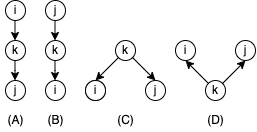
Earlier version of the draw.io export pc_alg1.drawio.png (pardonpardon/graph). Source tidied: cells renumbered, new cells last; positions are measured from the earlier drawing's top-left corner, leaving out a move shared by most shapes. Source of this version:
```xml
<mxGraphModel>
  <root>
    <mxCell id="0" />
    <mxCell id="1" parent="0" />
    <mxCell id="2" value="i" style="ellipse;whiteSpace=wrap;html=1;" parent="1" vertex="1">
      <mxGeometry x="5" width="20" height="20" as="geometry" />
    </mxCell>
    <mxCell id="3" value="k" style="ellipse;whiteSpace=wrap;html=1;" parent="1" vertex="1">
      <mxGeometry x="5" y="40" width="20" height="20" as="geometry" />
    </mxCell>
    <mxCell id="4" value="j" style="ellipse;whiteSpace=wrap;html=1;" parent="1" vertex="1">
      <mxGeometry x="5" y="80" width="20" height="20" as="geometry" />
    </mxCell>
    <mxCell id="5" style="endArrow=classic;html=1;rounded=0;" parent="1" edge="1">
      <mxGeometry relative="1" as="geometry">
        <mxPoint x="14.5" y="20" as="sourcePoint" />
        <mxPoint x="15" y="40" as="targetPoint" />
        <Array as="points">
          <mxPoint x="14.5" y="40" />
        </Array>
      </mxGeometry>
    </mxCell>
    <mxCell id="6" style="endArrow=classic;html=1;rounded=0;" parent="1" edge="1">
      <mxGeometry relative="1" as="geometry">
        <mxPoint x="14.5" y="60" as="sourcePoint" />
        <mxPoint x="15" y="80" as="targetPoint" />
        <Array as="points">
          <mxPoint x="14.5" y="70" />
          <mxPoint x="14.5" y="80" />
        </Array>
      </mxGeometry>
    </mxCell>
    <mxCell id="7" value="j" style="ellipse;whiteSpace=wrap;html=1;" parent="1" vertex="1">
      <mxGeometry x="45" width="20" height="20" as="geometry" />
    </mxCell>
    <mxCell id="8" value="k" style="ellipse;whiteSpace=wrap;html=1;" parent="1" vertex="1">
      <mxGeometry x="45" y="40" width="20" height="20" as="geometry" />
    </mxCell>
    <mxCell id="9" value="i" style="ellipse;whiteSpace=wrap;html=1;" parent="1" vertex="1">
      <mxGeometry x="45" y="80" width="20" height="20" as="geometry" />
    </mxCell>
    <mxCell id="10" style="endArrow=classic;html=1;rounded=0;" parent="1" edge="1">
      <mxGeometry relative="1" as="geometry">
        <mxPoint x="54.5" y="20" as="sourcePoint" />
        <mxPoint x="55" y="40" as="targetPoint" />
        <Array as="points">
          <mxPoint x="54.5" y="40" />
        </Array>
      </mxGeometry>
    </mxCell>
    <mxCell id="11" style="endArrow=classic;html=1;rounded=0;" parent="1" edge="1">
      <mxGeometry relative="1" as="geometry">
        <mxPoint x="54.5" y="60" as="sourcePoint" />
        <mxPoint x="55" y="80" as="targetPoint" />
        <Array as="points">
          <mxPoint x="54.5" y="70" />
          <mxPoint x="54.5" y="80" />
        </Array>
      </mxGeometry>
    </mxCell>
    <mxCell id="12" value="k" style="ellipse;whiteSpace=wrap;html=1;" parent="1" vertex="1">
      <mxGeometry x="115" y="40" width="20" height="20" as="geometry" />
    </mxCell>
    <mxCell id="13" style="ellipse;whiteSpace=wrap;html=1;" parent="1" vertex="1">
      <mxGeometry x="85" y="80" width="20" height="20" as="geometry" />
    </mxCell>
    <mxCell id="14" value="i" style="ellipse;whiteSpace=wrap;html=1;" parent="1" vertex="1">
      <mxGeometry x="85" y="80" width="20" height="20" as="geometry" />
    </mxCell>
    <mxCell id="15" value="j" style="ellipse;whiteSpace=wrap;html=1;" parent="1" vertex="1">
      <mxGeometry x="145" y="80" width="20" height="20" as="geometry" />
    </mxCell>
    <mxCell id="16" style="endArrow=classic;html=1;rounded=0;entryX=0.5;entryY=0;entryDx=0;entryDy=0;exitX=0;exitY=1;exitDx=0;exitDy=0;" parent="1" edge="1" source="12" target="14">
      <mxGeometry relative="1" as="geometry" />
    </mxCell>
    <mxCell id="17" style="endArrow=classic;html=1;rounded=0;exitX=1;exitY=1;exitDx=0;exitDy=0;entryX=0.5;entryY=0;entryDx=0;entryDy=0;" parent="1" edge="1" source="12" target="15">
      <mxGeometry relative="1" as="geometry" />
    </mxCell>
    <mxCell id="18" value="k" style="ellipse;whiteSpace=wrap;html=1;" parent="1" vertex="1">
      <mxGeometry x="205" y="80" width="20" height="20" as="geometry" />
    </mxCell>
    <mxCell id="19" value="j" style="ellipse;whiteSpace=wrap;html=1;" parent="1" vertex="1">
      <mxGeometry x="235" y="40" width="20" height="20" as="geometry" />
    </mxCell>
    <mxCell id="20" value="i" style="ellipse;whiteSpace=wrap;html=1;" parent="1" vertex="1">
      <mxGeometry x="175" y="40" width="20" height="20" as="geometry" />
    </mxCell>
    <mxCell id="21" style="endArrow=classic;html=1;rounded=0;exitX=1;exitY=0;exitDx=0;exitDy=0;" parent="1" edge="1" source="18">
      <mxGeometry relative="1" as="geometry">
        <mxPoint x="245" y="60" as="targetPoint" />
      </mxGeometry>
    </mxCell>
    <mxCell id="22" style="endArrow=classic;html=1;rounded=0;exitX=0;exitY=0;exitDx=0;exitDy=0;" parent="1" edge="1" source="18">
      <mxGeometry relative="1" as="geometry">
        <mxPoint x="185" y="60" as="targetPoint" />
      </mxGeometry>
    </mxCell>
    <mxCell id="23" value="(A)" style="text;html=1;align=center;verticalAlign=middle;strokeColor=none;fillColor=none;" parent="1" vertex="1">
      <mxGeometry y="110" width="30" height="20" as="geometry" />
    </mxCell>
    <mxCell id="24" value="(B)" style="text;html=1;align=center;verticalAlign=middle;strokeColor=none;fillColor=none;" parent="1" vertex="1">
      <mxGeometry x="40" y="110" width="30" height="20" as="geometry" />
    </mxCell>
    <mxCell id="25" value="(C)" style="text;html=1;align=center;verticalAlign=middle;strokeColor=none;fillColor=none;" parent="1" vertex="1">
      <mxGeometry x="110" y="110" width="30" height="20" as="geometry" />
    </mxCell>
    <mxCell id="26" value="(D)" style="text;html=1;align=center;verticalAlign=middle;strokeColor=none;fillColor=none;" parent="1" vertex="1">
      <mxGeometry x="200" y="110" width="30" height="20" as="geometry" />
    </mxCell>
  </root>
</mxGraphModel>
```
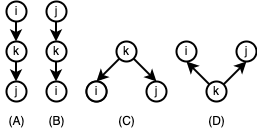
After the commit.

What changed in the source:
```diff
@@ -2,16 +2,16 @@
   <root>
     <mxCell id="0" />
     <mxCell id="1" parent="0" />
-    <mxCell id="2" value="i" style="ellipse;whiteSpace=wrap;html=1;" parent="1" vertex="1">
+    <mxCell id="2" value="i" style="ellipse;whiteSpace=wrap;html=1;strokeWidth=2;" parent="1" vertex="1">
       <mxGeometry x="5" width="20" height="20" as="geometry" />
     </mxCell>
-    <mxCell id="3" value="k" style="ellipse;whiteSpace=wrap;html=1;" parent="1" vertex="1">
+    <mxCell id="3" value="k" style="ellipse;whiteSpace=wrap;html=1;strokeWidth=2;" parent="1" vertex="1">
       <mxGeometry x="5" y="40" width="20" height="20" as="geometry" />
     </mxCell>
-    <mxCell id="4" value="j" style="ellipse;whiteSpace=wrap;html=1;" parent="1" vertex="1">
+    <mxCell id="4" value="j" style="ellipse;whiteSpace=wrap;html=1;strokeWidth=2;" parent="1" vertex="1">
       <mxGeometry x="5" y="80" width="20" height="20" as="geometry" />
     </mxCell>
-    <mxCell id="5" style="endArrow=classic;html=1;rounded=0;" parent="1" edge="1">
+    <mxCell id="5" style="endArrow=classic;html=1;rounded=0;strokeWidth=2;" parent="1" edge="1">
       <mxGeometry relative="1" as="geometry">
         <mxPoint x="14.5" y="20" as="sourcePoint" />
         <mxPoint x="15" y="40" as="targetPoint" />
@@ -20,7 +20,7 @@
         </Array>
       </mxGeometry>
     </mxCell>
-    <mxCell id="6" style="endArrow=classic;html=1;rounded=0;" parent="1" edge="1">
+    <mxCell id="6" style="endArrow=classic;html=1;rounded=0;strokeWidth=2;" parent="1" edge="1">
       <mxGeometry relative="1" as="geometry">
         <mxPoint x="14.5" y="60" as="sourcePoint" />
         <mxPoint x="15" y="80" as="targetPoint" />
@@ -30,16 +30,16 @@
         </Array>
       </mxGeometry>
     </mxCell>
-    <mxCell id="7" value="j" style="ellipse;whiteSpace=wrap;html=1;" parent="1" vertex="1">
+    <mxCell id="7" value="j" style="ellipse;whiteSpace=wrap;html=1;strokeWidth=2;" parent="1" vertex="1">
       <mxGeometry x="45" width="20" height="20" as="geometry" />
     </mxCell>
-    <mxCell id="8" value="k" style="ellipse;whiteSpace=wrap;html=1;" parent="1" vertex="1">
+    <mxCell id="8" value="k" style="ellipse;whiteSpace=wrap;html=1;strokeWidth=2;" parent="1" vertex="1">
       <mxGeometry x="45" y="40" width="20" height="20" as="geometry" />
     </mxCell>
-    <mxCell id="9" value="i" style="ellipse;whiteSpace=wrap;html=1;" parent="1" vertex="1">
+    <mxCell id="9" value="i" style="ellipse;whiteSpace=wrap;html=1;strokeWidth=2;" parent="1" vertex="1">
       <mxGeometry x="45" y="80" width="20" height="20" as="geometry" />
     </mxCell>
-    <mxCell id="10" style="endArrow=classic;html=1;rounded=0;" parent="1" edge="1">
+    <mxCell id="10" style="endArrow=classic;html=1;rounded=0;strokeWidth=2;" parent="1" edge="1">
       <mxGeometry relative="1" as="geometry">
         <mxPoint x="54.5" y="20" as="sourcePoint" />
         <mxPoint x="55" y="40" as="targetPoint" />
@@ -48,7 +48,7 @@
         </Array>
       </mxGeometry>
     </mxCell>
-    <mxCell id="11" style="endArrow=classic;html=1;rounded=0;" parent="1" edge="1">
+    <mxCell id="11" style="endArrow=classic;html=1;rounded=0;strokeWidth=2;" parent="1" edge="1">
       <mxGeometry relative="1" as="geometry">
         <mxPoint x="54.5" y="60" as="sourcePoint" />
         <mxPoint x="55" y="80" as="targetPoint" />
@@ -58,53 +58,53 @@
         </Array>
       </mxGeometry>
     </mxCell>
-    <mxCell id="12" value="k" style="ellipse;whiteSpace=wrap;html=1;" parent="1" vertex="1">
+    <mxCell id="12" value="k" style="ellipse;whiteSpace=wrap;html=1;strokeWidth=2;" parent="1" vertex="1">
       <mxGeometry x="115" y="40" width="20" height="20" as="geometry" />
     </mxCell>
-    <mxCell id="13" style="ellipse;whiteSpace=wrap;html=1;" parent="1" vertex="1">
+    <mxCell id="13" style="ellipse;whiteSpace=wrap;html=1;strokeWidth=2;" parent="1" vertex="1">
       <mxGeometry x="85" y="80" width="20" height="20" as="geometry" />
     </mxCell>
-    <mxCell id="14" value="i" style="ellipse;whiteSpace=wrap;html=1;" parent="1" vertex="1">
+    <mxCell id="14" value="i" style="ellipse;whiteSpace=wrap;html=1;strokeWidth=2;" parent="1" vertex="1">
       <mxGeometry x="85" y="80" width="20" height="20" as="geometry" />
     </mxCell>
-    <mxCell id="15" value="j" style="ellipse;whiteSpace=wrap;html=1;" parent="1" vertex="1">
+    <mxCell id="15" value="j" style="ellipse;whiteSpace=wrap;html=1;strokeWidth=2;" parent="1" vertex="1">
       <mxGeometry x="145" y="80" width="20" height="20" as="geometry" />
     </mxCell>
-    <mxCell id="16" style="endArrow=classic;html=1;rounded=0;entryX=0.5;entryY=0;entryDx=0;entryDy=0;exitX=0;exitY=1;exitDx=0;exitDy=0;" parent="1" edge="1" source="12" target="14">
+    <mxCell id="16" style="endArrow=classic;html=1;rounded=0;entryX=0.5;entryY=0;entryDx=0;entryDy=0;exitX=0;exitY=1;exitDx=0;exitDy=0;strokeWidth=2;" parent="1" edge="1" source="12" target="14">
       <mxGeometry relative="1" as="geometry" />
     </mxCell>
-    <mxCell id="17" style="endArrow=classic;html=1;rounded=0;exitX=1;exitY=1;exitDx=0;exitDy=0;entryX=0.5;entryY=0;entryDx=0;entryDy=0;" parent="1" edge="1" source="12" target="15">
+    <mxCell id="17" style="endArrow=classic;html=1;rounded=0;exitX=1;exitY=1;exitDx=0;exitDy=0;entryX=0.5;entryY=0;entryDx=0;entryDy=0;strokeWidth=2;" parent="1" edge="1" source="12" target="15">
       <mxGeometry relative="1" as="geometry" />
     </mxCell>
-    <mxCell id="18" value="k" style="ellipse;whiteSpace=wrap;html=1;" parent="1" vertex="1">
+    <mxCell id="18" value="k" style="ellipse;whiteSpace=wrap;html=1;strokeWidth=2;" parent="1" vertex="1">
       <mxGeometry x="205" y="80" width="20" height="20" as="geometry" />
     </mxCell>
-    <mxCell id="19" value="j" style="ellipse;whiteSpace=wrap;html=1;" parent="1" vertex="1">
+    <mxCell id="19" value="j" style="ellipse;whiteSpace=wrap;html=1;strokeWidth=2;" parent="1" vertex="1">
       <mxGeometry x="235" y="40" width="20" height="20" as="geometry" />
     </mxCell>
-    <mxCell id="20" value="i" style="ellipse;whiteSpace=wrap;html=1;" parent="1" vertex="1">
+    <mxCell id="20" value="i" style="ellipse;whiteSpace=wrap;html=1;strokeWidth=2;" parent="1" vertex="1">
       <mxGeometry x="175" y="40" width="20" height="20" as="geometry" />
     </mxCell>
-    <mxCell id="21" style="endArrow=classic;html=1;rounded=0;exitX=1;exitY=0;exitDx=0;exitDy=0;" parent="1" edge="1" source="18">
+    <mxCell id="21" style="endArrow=classic;html=1;rounded=0;exitX=1;exitY=0;exitDx=0;exitDy=0;strokeWidth=2;" parent="1" edge="1" source="18">
       <mxGeometry relative="1" as="geometry">
         <mxPoint x="245" y="60" as="targetPoint" />
       </mxGeometry>
     </mxCell>
-    <mxCell id="22" style="endArrow=classic;html=1;rounded=0;exitX=0;exitY=0;exitDx=0;exitDy=0;" parent="1" edge="1" source="18">
+    <mxCell id="22" style="endArrow=classic;html=1;rounded=0;exitX=0;exitY=0;exitDx=0;exitDy=0;strokeWidth=2;" parent="1" edge="1" source="18">
       <mxGeometry relative="1" as="geometry">
         <mxPoint x="185" y="60" as="targetPoint" />
       </mxGeometry>
     </mxCell>
-    <mxCell id="23" value="(A)" style="text;html=1;align=center;verticalAlign=middle;strokeColor=none;fillColor=none;" parent="1" vertex="1">
+    <mxCell id="23" value="(A)" style="text;html=1;align=center;verticalAlign=middle;strokeColor=none;fillColor=none;strokeWidth=2;" parent="1" vertex="1">
       <mxGeometry y="110" width="30" height="20" as="geometry" />
     </mxCell>
-    <mxCell id="24" value="(B)" style="text;html=1;align=center;verticalAlign=middle;strokeColor=none;fillColor=none;" parent="1" vertex="1">
+    <mxCell id="24" value="(B)" style="text;html=1;align=center;verticalAlign=middle;strokeColor=none;fillColor=none;strokeWidth=2;" parent="1" vertex="1">
       <mxGeometry x="40" y="110" width="30" height="20" as="geometry" />
     </mxCell>
-    <mxCell id="25" value="(C)" style="text;html=1;align=center;verticalAlign=middle;strokeColor=none;fillColor=none;" parent="1" vertex="1">
+    <mxCell id="25" value="(C)" style="text;html=1;align=center;verticalAlign=middle;strokeColor=none;fillColor=none;strokeWidth=2;" parent="1" vertex="1">
       <mxGeometry x="110" y="110" width="30" height="20" as="geometry" />
     </mxCell>
-    <mxCell id="26" value="(D)" style="text;html=1;align=center;verticalAlign=middle;strokeColor=none;fillColor=none;" parent="1" vertex="1">
+    <mxCell id="26" value="(D)" style="text;html=1;align=center;verticalAlign=middle;strokeColor=none;fillColor=none;strokeWidth=2;" parent="1" vertex="1">
       <mxGeometry x="200" y="110" width="30" height="20" as="geometry" />
     </mxCell>
   </root>
```
